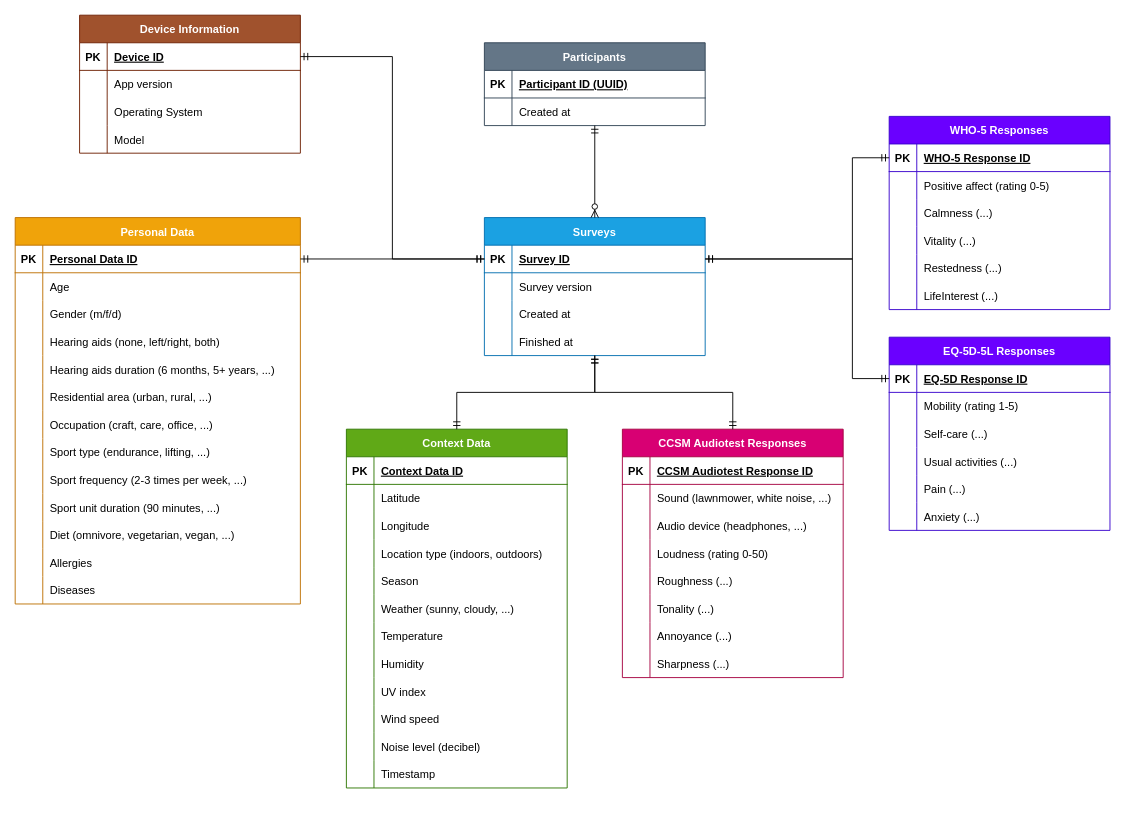
The draw.io diagram ER-Diagramm.drawio in ArmerSchluca/prefhearable-backend, before the edit. Source tidied: cells renumbered, new cells numbered last; positions are measured from the earlier drawing's top-left corner, leaving out a move shared by most shapes. Both pictures are drawn from the tidied source at 92%, with x=0, y=0 at pixel (15, 15).
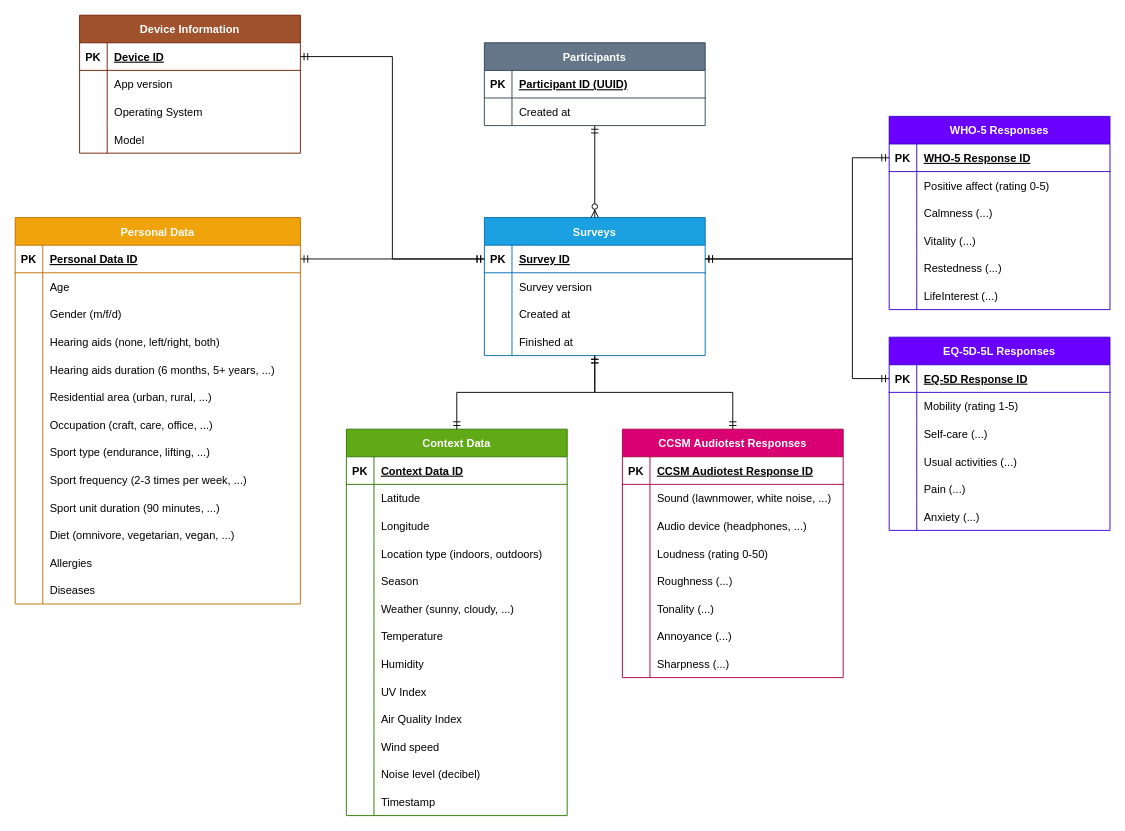
After the change.

Change to the diagram source:
```diff
@@
     <mxCell id="62" value="Context Data" style="shape=table;startSize=30;childLayout=tableLayout;rowLines=0;fontStyle=1;align=center;fillColor=#60a917;strokeColor=#2D7600;fontColor=#ffffff;" parent="1" vertex="1">
-      <mxGeometry x="360" y="450" width="240" height="390" as="geometry" />
+      <mxGeometry x="360" y="450" width="240" height="420" as="geometry" />
     </mxCell>
@@
+    <mxCell id="182" style="shape=tableRow;horizontal=0;startSize=0;swimlaneHead=0;swimlaneBody=0;fillColor=none;strokeColor=inherit;top=0;left=0;right=0;bottom=0;" parent="62" vertex="1">
+      <mxGeometry y="270" width="240" height="30" as="geometry" />
+    </mxCell>
+    <mxCell id="183" style="shape=partialRectangle;overflow=hidden;fillColor=none;strokeColor=inherit;top=0;left=0;bottom=0;right=0;" parent="182" vertex="1">
+      <mxGeometry width="30" height="30" as="geometry" />
+    </mxCell>
+    <mxCell id="184" value="UV Index" style="shape=partialRectangle;overflow=hidden;fillColor=none;align=left;strokeColor=inherit;top=0;left=0;bottom=0;right=0;spacingLeft=6;" parent="182" vertex="1">
+      <mxGeometry x="30" width="210" height="30" as="geometry" />
+    </mxCell>
     <mxCell id="87" style="shape=tableRow;horizontal=0;startSize=0;swimlaneHead=0;swimlaneBody=0;fillColor=none;strokeColor=inherit;top=0;left=0;right=0;bottom=0;" parent="62" vertex="1">
-      <mxGeometry y="270" width="240" height="30" as="geometry" />
+      <mxGeometry y="300" width="240" height="30" as="geometry" />
     </mxCell>
@@
-    <mxCell id="89" value="UV index" style="shape=partialRectangle;overflow=hidden;fillColor=none;align=left;strokeColor=inherit;top=0;left=0;bottom=0;right=0;spacingLeft=6;" parent="87" vertex="1">
+    <mxCell id="89" value="Air Quality Index" style="shape=partialRectangle;overflow=hidden;fillColor=none;align=left;strokeColor=inherit;top=0;left=0;bottom=0;right=0;spacingLeft=6;" parent="87" vertex="1">
       <mxGeometry x="30" width="210" height="30" as="geometry" />
     </mxCell>
     <mxCell id="90" style="shape=tableRow;horizontal=0;startSize=0;swimlaneHead=0;swimlaneBody=0;fillColor=none;strokeColor=inherit;top=0;left=0;right=0;bottom=0;" parent="62" vertex="1">
-      <mxGeometry y="300" width="240" height="30" as="geometry" />
+      <mxGeometry y="330" width="240" height="30" as="geometry" />
     </mxCell>
@@
     <mxCell id="93" style="shape=tableRow;horizontal=0;startSize=0;swimlaneHead=0;swimlaneBody=0;fillColor=none;strokeColor=inherit;top=0;left=0;right=0;bottom=0;" parent="62" vertex="1">
-      <mxGeometry y="330" width="240" height="30" as="geometry" />
+      <mxGeometry y="360" width="240" height="30" as="geometry" />
     </mxCell>
@@
     <mxCell id="96" style="shape=tableRow;horizontal=0;startSize=0;swimlaneHead=0;swimlaneBody=0;fillColor=none;strokeColor=inherit;top=0;left=0;right=0;bottom=0;" parent="62" vertex="1">
-      <mxGeometry y="360" width="240" height="30" as="geometry" />
+      <mxGeometry y="390" width="240" height="30" as="geometry" />
     </mxCell>
```
